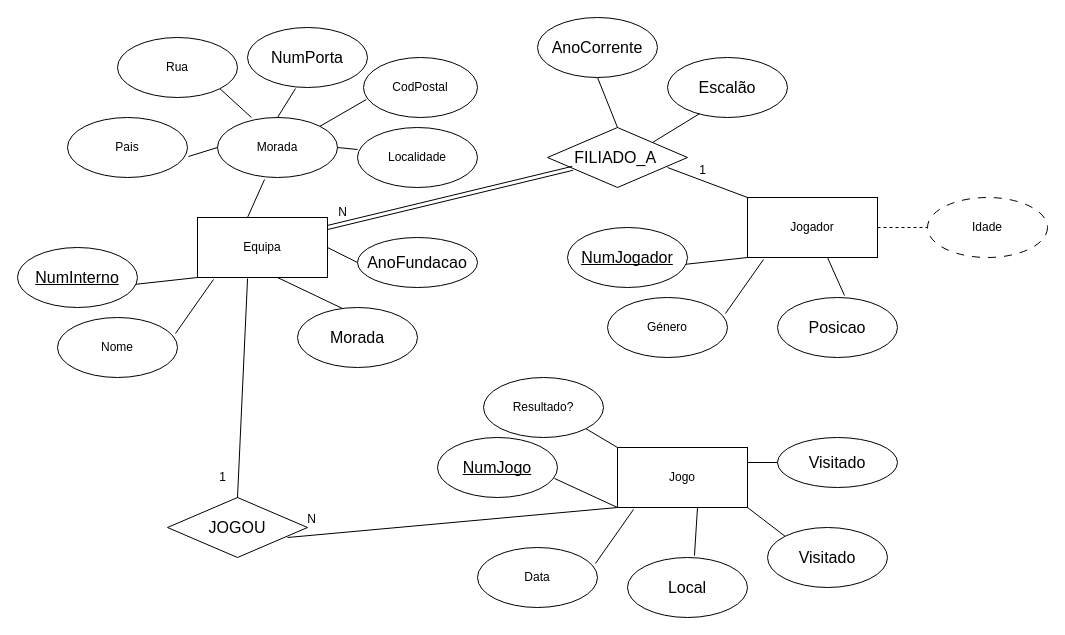
RubenA2109/diagramas keeps this draw.io diagram as Equipas.drawio. Above is the earlier version. Source tidied: cells renumbered, new cells numbered last; positions are measured from the earlier drawing's top-left corner, leaving out a move shared by most shapes. Both pictures are drawn from the tidied source at 100%, with x=0, y=0 at pixel (17, 17).
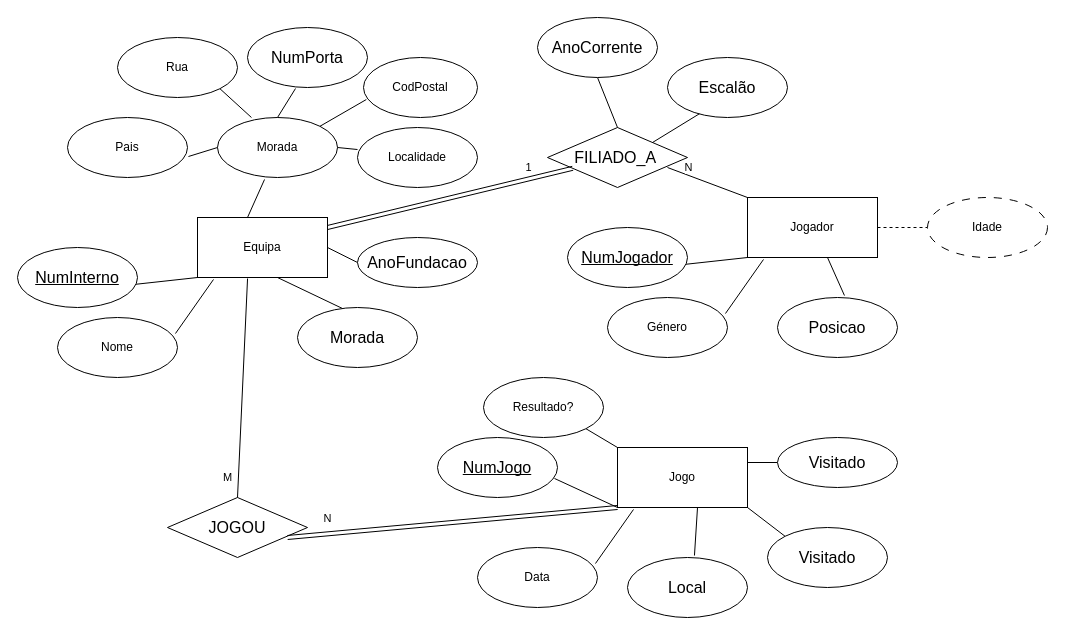
The same diagram, later.

The change refers to these unchanged cells:
```xml
<mxCell id="32" value="Jogo" style="rounded=0;whiteSpace=wrap;html=1;" parent="1" vertex="1">
  <mxGeometry x="600" y="430" width="130" height="60" as="geometry" />
</mxCell>
<mxCell id="46" style="endArrow=none;html=1;rounded=0;entryX=0.385;entryY=1.017;entryDx=0;entryDy=0;entryPerimeter=0;exitX=0.5;exitY=0;exitDx=0;exitDy=0;" parent="1" edge="1" source="45" target="2">
  <mxGeometry relative="1" as="geometry" />
</mxCell>
<mxCell id="52" style="endArrow=none;html=1;rounded=0;exitX=0;exitY=0;exitDx=0;exitDy=0;" parent="1" edge="1" source="23">
  <mxGeometry relative="1" as="geometry">
    <mxPoint x="650" y="150" as="targetPoint" />
  </mxGeometry>
</mxCell>
<mxCell id="56" style="shape=link;html=1;rounded=0;" parent="1" edge="1" target="47">
  <mxGeometry relative="1" as="geometry">
    <mxPoint x="310" y="210" as="sourcePoint" />
  </mxGeometry>
</mxCell>
```

Change to the diagram source:
```diff
@@
+    <mxCell id="59" value="M" style="edgeLabel;html=1;align=center;verticalAlign=middle;" parent="46" vertex="1">
+      <mxGeometry x="-0.65" y="1" relative="1" as="geometry">
+        <mxPoint x="-11" y="18" as="offset" />
+      </mxGeometry>
+    </mxCell>
@@
-    <mxCell id="53" value="1" style="text;html=1;align=center;verticalAlign=middle;strokeColor=none;fillColor=none;" parent="1" vertex="1">
-      <mxGeometry x="670" y="138" width="30" height="30" as="geometry" />
-    </mxCell>
-    <mxCell id="54" value="1" style="text;html=1;align=center;verticalAlign=middle;strokeColor=none;fillColor=none;" parent="1" vertex="1">
-      <mxGeometry x="190" y="445" width="30" height="30" as="geometry" />
-    </mxCell>
-    <mxCell id="55" value="N" style="text;html=1;align=center;verticalAlign=middle;strokeColor=none;fillColor=none;" parent="1" vertex="1">
-      <mxGeometry x="310" y="180" width="30" height="30" as="geometry" />
-    </mxCell>
+    <mxCell id="60" value="N" style="edgeLabel;html=1;align=center;verticalAlign=middle;" parent="52" vertex="1">
+      <mxGeometry x="0.62" relative="1" as="geometry">
+        <mxPoint x="5" y="-6" as="offset" />
+      </mxGeometry>
+    </mxCell>
@@
-    <mxCell id="57" style="endArrow=none;html=1;rounded=0;entryX=0;entryY=1;entryDx=0;entryDy=0;" parent="1" edge="1" target="32">
-      <mxGeometry relative="1" as="geometry">
-        <mxPoint x="270" y="520" as="sourcePoint" />
-      </mxGeometry>
-    </mxCell>
-    <mxCell id="58" value="N" style="html=1;whiteSpace=wrap;align=right;verticalAlign=bottom;" parent="57" vertex="1">
-      <mxGeometry x="1" relative="1" as="geometry">
-        <mxPoint x="-300" y="20" as="offset" />
-      </mxGeometry>
-    </mxCell>
+    <mxCell id="61" value="1" style="edgeLabel;html=1;align=center;verticalAlign=middle;" parent="56" vertex="1">
+      <mxGeometry x="0.4" y="3" relative="1" as="geometry">
+        <mxPoint x="29" y="-16" as="offset" />
+      </mxGeometry>
+    </mxCell>
+    <mxCell id="62" style="shape=link;html=1;rounded=0;entryX=0;entryY=1;entryDx=0;entryDy=0;" parent="1" edge="1" target="32">
+      <mxGeometry relative="1" as="geometry">
+        <mxPoint x="270" y="520" as="sourcePoint" />
+      </mxGeometry>
+    </mxCell>
+    <mxCell id="63" value="N" style="edgeLabel;html=1;align=center;verticalAlign=middle;" parent="62" vertex="1">
+      <mxGeometry x="-0.42" y="3" relative="1" as="geometry">
+        <mxPoint x="-56" y="-8" as="offset" />
+      </mxGeometry>
+    </mxCell>
```
